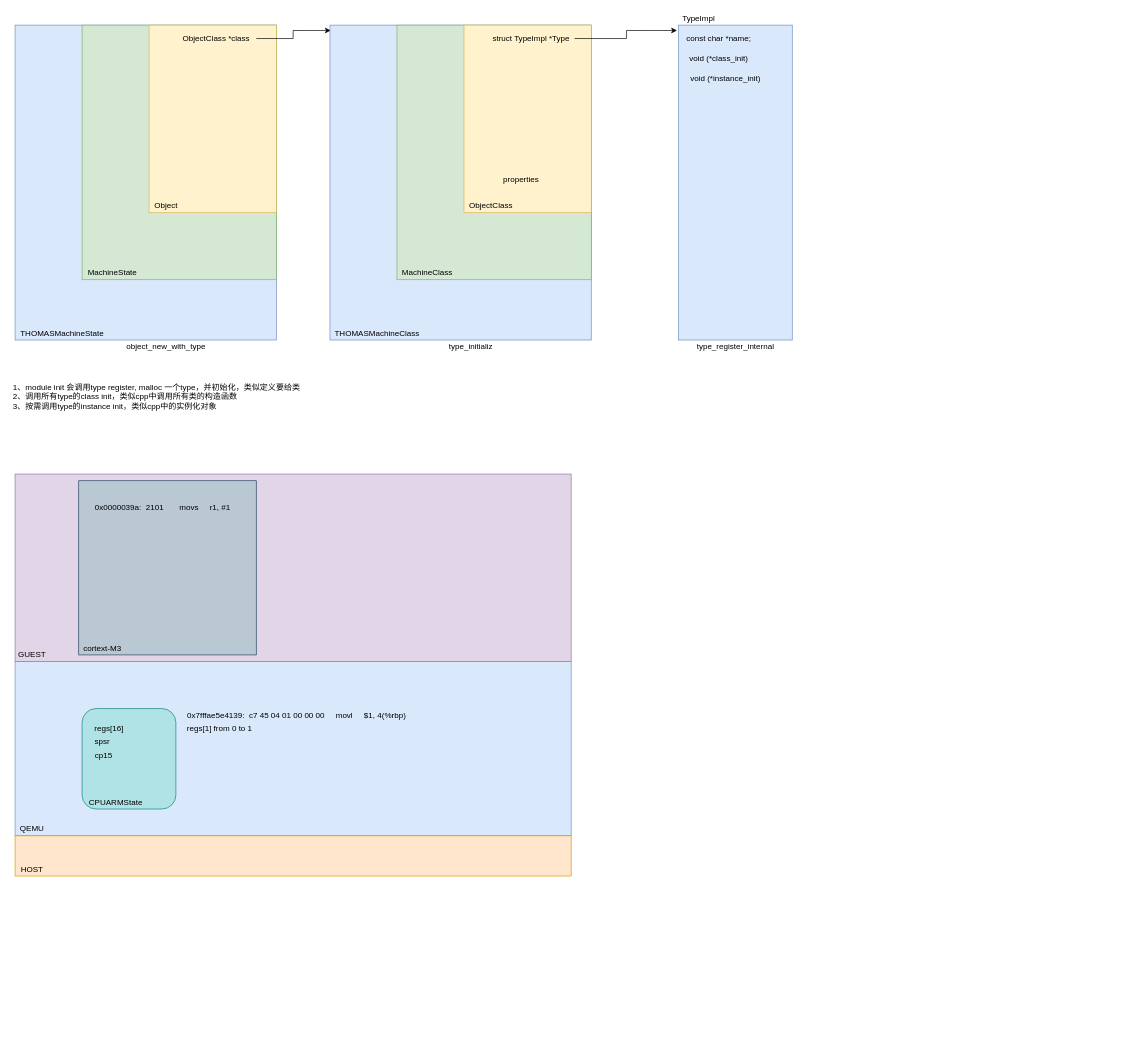
This is page "qemu" (4 of 4) of virt.drawio from thomas-coding/drawio, a draw.io file, before an edit. Source tidied: cells renumbered, new cells numbered last; positions are measured from the earlier drawing's top-left corner, leaving out a move shared by most shapes. Both pictures are drawn from the tidied source at 67%, with x=0, y=0 at pixel (11, 11).
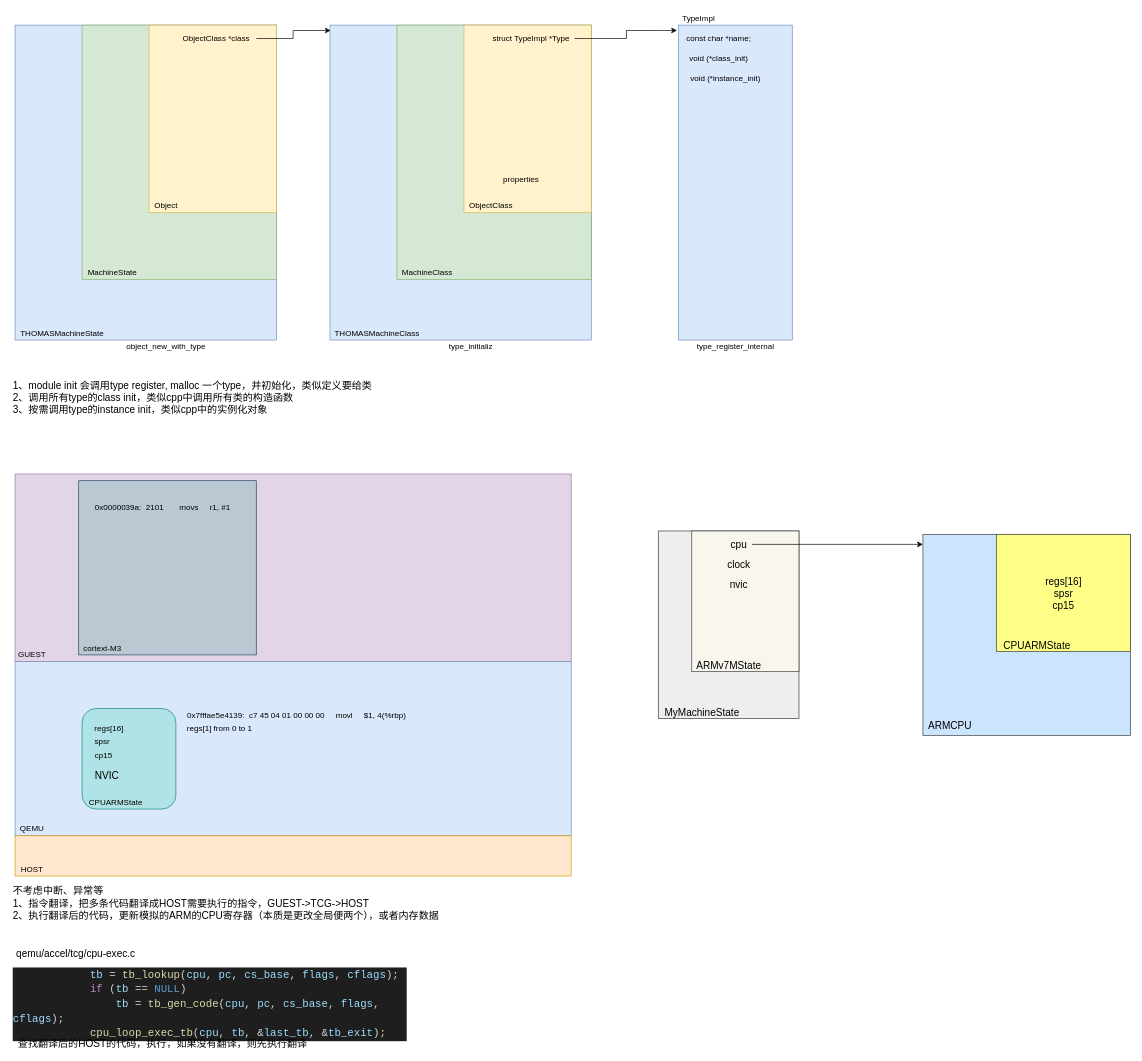
The same diagram, later.

The edit, as a diff of the source:
```diff
@@
+    <mxCell id="44" style="rounded=0;whiteSpace=wrap;html=1;fontSize=15;fillColor=#eeeeee;strokeColor=#36393d;" parent="1" vertex="1">
+      <mxGeometry x="965" y="775" width="210" height="280" as="geometry" />
+    </mxCell>
+    <mxCell id="45" style="rounded=0;whiteSpace=wrap;html=1;fontSize=15;fillColor=#f9f7ed;strokeColor=#36393d;" parent="1" vertex="1">
+      <mxGeometry x="1015" y="775" width="160" height="210" as="geometry" />
+    </mxCell>
@@
-    <mxCell id="26" value="1、module init 会调用type register, malloc 一个type，并初始化，类似定义要给类&lt;br&gt;2、调用所有type的class init，类似cpp中调用所有类的构造函数&lt;br&gt;3、按需调用type的instance init，类似cpp中的实例化对象" style="text;html=1;align=left;verticalAlign=middle;strokeColor=none;fillColor=none;" parent="1" vertex="1">
-      <mxGeometry y="550" width="440" height="50" as="geometry" />
+    <mxCell id="26" value="1、module init 会调用type register, malloc 一个type，并初始化，类似定义要给类&lt;br style=&quot;font-size: 15px;&quot;&gt;2、调用所有type的class init，类似cpp中调用所有类的构造函数&lt;br style=&quot;font-size: 15px;&quot;&gt;3、按需调用type的instance init，类似cpp中的实例化对象" style="text;html=1;align=left;verticalAlign=middle;strokeColor=none;fillColor=none;fontSize=15;fontStyle=0;" parent="1" vertex="1">
+      <mxGeometry y="545" width="550" height="60" as="geometry" />
     </mxCell>
@@
+    <mxCell id="46" value="不考虑中断、异常等&lt;br&gt;1、指令翻译，把多条代码翻译成HOST需要执行的指令，GUEST-&amp;gt;TCG-&amp;gt;HOST&lt;br&gt;2、执行翻译后的代码，更新模拟的ARM的CPU寄存器（本质是更改全局便两个），或者内存数据" style="text;html=1;align=left;verticalAlign=middle;strokeColor=none;fillColor=none;fontSize=15;" parent="1" vertex="1">
+      <mxGeometry y="1300" width="660" height="60" as="geometry" />
+    </mxCell>
+    <mxCell id="47" value="qemu/accel/tcg/cpu-exec.c" style="text;whiteSpace=wrap;html=1;fontSize=15;" parent="1" vertex="1">
+      <mxGeometry x="5" y="1390" width="200" height="30" as="geometry" />
+    </mxCell>
+    <mxCell id="48" value="&lt;div style=&quot;color: rgb(212 , 212 , 212) ; background-color: rgb(30 , 30 , 30) ; font-family: &amp;#34;consolas&amp;#34; , &amp;#34;courier new&amp;#34; , monospace ; font-weight: normal ; font-size: 16px ; line-height: 22px&quot;&gt;&lt;div&gt;&lt;span style=&quot;color: #d4d4d4&quot;&gt;&amp;nbsp; &amp;nbsp; &amp;nbsp; &amp;nbsp; &amp;nbsp; &amp;nbsp; &lt;/span&gt;&lt;span style=&quot;color: #9cdcfe&quot;&gt;tb&lt;/span&gt;&lt;span style=&quot;color: #d4d4d4&quot;&gt; = &lt;/span&gt;&lt;span style=&quot;color: #dcdcaa&quot;&gt;tb_lookup&lt;/span&gt;&lt;span style=&quot;color: #d4d4d4&quot;&gt;(&lt;/span&gt;&lt;span style=&quot;color: #9cdcfe&quot;&gt;cpu&lt;/span&gt;&lt;span style=&quot;color: #d4d4d4&quot;&gt;, &lt;/span&gt;&lt;span style=&quot;color: #9cdcfe&quot;&gt;pc&lt;/span&gt;&lt;span style=&quot;color: #d4d4d4&quot;&gt;, &lt;/span&gt;&lt;span style=&quot;color: #9cdcfe&quot;&gt;cs_base&lt;/span&gt;&lt;span style=&quot;color: #d4d4d4&quot;&gt;, &lt;/span&gt;&lt;span style=&quot;color: #9cdcfe&quot;&gt;flags&lt;/span&gt;&lt;span style=&quot;color: #d4d4d4&quot;&gt;, &lt;/span&gt;&lt;span style=&quot;color: #9cdcfe&quot;&gt;cflags&lt;/span&gt;&lt;span style=&quot;color: #d4d4d4&quot;&gt;);&lt;/span&gt;&lt;/div&gt;&lt;div&gt;&lt;span style=&quot;color: #d4d4d4&quot;&gt;&amp;nbsp; &amp;nbsp; &amp;nbsp; &amp;nbsp; &amp;nbsp; &amp;nbsp; &lt;/span&gt;&lt;span style=&quot;color: #c586c0&quot;&gt;if&lt;/span&gt;&lt;span style=&quot;color: #d4d4d4&quot;&gt; (&lt;/span&gt;&lt;span style=&quot;color: #9cdcfe&quot;&gt;tb&lt;/span&gt;&lt;span style=&quot;color: #d4d4d4&quot;&gt; == &lt;/span&gt;&lt;span style=&quot;color: #569cd6&quot;&gt;NULL&lt;/span&gt;&lt;span style=&quot;color: #d4d4d4&quot;&gt;)&lt;/span&gt;&lt;/div&gt;&lt;div&gt;&lt;span style=&quot;color: #d4d4d4&quot;&gt;&amp;nbsp; &amp;nbsp; &amp;nbsp; &amp;nbsp; &amp;nbsp; &amp;nbsp; &amp;nbsp; &amp;nbsp; &lt;/span&gt;&lt;span style=&quot;color: #9cdcfe&quot;&gt;tb&lt;/span&gt;&lt;span style=&quot;color: #d4d4d4&quot;&gt; = &lt;/span&gt;&lt;span style=&quot;color: #dcdcaa&quot;&gt;tb_gen_code&lt;/span&gt;&lt;span style=&quot;color: #d4d4d4&quot;&gt;(&lt;/span&gt;&lt;span style=&quot;color: #9cdcfe&quot;&gt;cpu&lt;/span&gt;&lt;span style=&quot;color: #d4d4d4&quot;&gt;, &lt;/span&gt;&lt;span style=&quot;color: #9cdcfe&quot;&gt;pc&lt;/span&gt;&lt;span style=&quot;color: #d4d4d4&quot;&gt;, &lt;/span&gt;&lt;span style=&quot;color: #9cdcfe&quot;&gt;cs_base&lt;/span&gt;&lt;span style=&quot;color: #d4d4d4&quot;&gt;, &lt;/span&gt;&lt;span style=&quot;color: #9cdcfe&quot;&gt;flags&lt;/span&gt;&lt;span style=&quot;color: #d4d4d4&quot;&gt;, &lt;/span&gt;&lt;span style=&quot;color: #9cdcfe&quot;&gt;cflags&lt;/span&gt;&lt;span style=&quot;color: #d4d4d4&quot;&gt;);&lt;/span&gt;&lt;/div&gt;&lt;div&gt;&lt;span style=&quot;color: #d4d4d4&quot;&gt;&amp;nbsp; &amp;nbsp; &amp;nbsp; &amp;nbsp; &amp;nbsp; &amp;nbsp; &lt;/span&gt;&lt;span style=&quot;color: #dcdcaa&quot;&gt;cpu_loop_exec_tb&lt;/span&gt;&lt;span style=&quot;color: #d4d4d4&quot;&gt;(&lt;/span&gt;&lt;span style=&quot;color: #9cdcfe&quot;&gt;cpu&lt;/span&gt;&lt;span style=&quot;color: #d4d4d4&quot;&gt;, &lt;/span&gt;&lt;span style=&quot;color: #9cdcfe&quot;&gt;tb&lt;/span&gt;&lt;span style=&quot;color: #d4d4d4&quot;&gt;, &amp;amp;&lt;/span&gt;&lt;span style=&quot;color: #9cdcfe&quot;&gt;last_tb&lt;/span&gt;&lt;span style=&quot;color: #d4d4d4&quot;&gt;, &amp;amp;&lt;/span&gt;&lt;span style=&quot;color: #9cdcfe&quot;&gt;tb_exit&lt;/span&gt;&lt;span style=&quot;color: #d4d4d4&quot;&gt;);&lt;/span&gt;&lt;/div&gt;&lt;/div&gt;" style="text;whiteSpace=wrap;html=1;fontSize=15;" parent="1" vertex="1">
+      <mxGeometry y="1420" width="590" height="100" as="geometry" />
+    </mxCell>
+    <mxCell id="49" value="查找翻译后的HOST的代码，执行，如果没有翻译，则先执行翻译" style="text;html=1;align=center;verticalAlign=middle;strokeColor=none;fillColor=none;fontSize=15;" parent="1" vertex="1">
+      <mxGeometry y="1530" width="450" height="20" as="geometry" />
+    </mxCell>
+    <mxCell id="50" value="NVIC" style="text;html=1;align=center;verticalAlign=middle;strokeColor=none;fillColor=none;fontSize=15;" parent="1" vertex="1">
+      <mxGeometry x="117" y="1130" width="50" height="20" as="geometry" />
+    </mxCell>
+    <mxCell id="51" style="rounded=0;whiteSpace=wrap;html=1;fontSize=15;fillColor=#cce5ff;strokeColor=#36393d;" parent="1" vertex="1">
+      <mxGeometry x="1360" y="780" width="310" height="300" as="geometry" />
+    </mxCell>
+    <mxCell id="52" value="ARMCPU" style="text;html=1;align=center;verticalAlign=middle;strokeColor=none;fillColor=none;fontSize=15;" parent="1" vertex="1">
+      <mxGeometry x="1360" y="1055" width="80" height="20" as="geometry" />
+    </mxCell>
+    <mxCell id="53" value="regs[16]&lt;br&gt;spsr&lt;br&gt;cp15&lt;br&gt;" style="rounded=0;whiteSpace=wrap;html=1;fontSize=15;align=center;fillColor=#ffff88;strokeColor=#36393d;" parent="1" vertex="1">
+      <mxGeometry x="1470" y="780" width="200" height="175" as="geometry" />
+    </mxCell>
+    <mxCell id="54" value="CPUARMState" style="text;html=1;align=center;verticalAlign=middle;strokeColor=none;fillColor=none;fontSize=15;" parent="1" vertex="1">
+      <mxGeometry x="1470" y="935" width="120" height="20" as="geometry" />
+    </mxCell>
+    <mxCell id="55" value="ARMv7MState" style="text;html=1;align=center;verticalAlign=middle;strokeColor=none;fillColor=none;fontSize=15;" parent="1" vertex="1">
+      <mxGeometry x="1015" y="965" width="110" height="20" as="geometry" />
+    </mxCell>
+    <mxCell id="56" value="clock" style="text;html=1;align=center;verticalAlign=middle;strokeColor=none;fillColor=none;fontSize=15;" parent="1" vertex="1">
+      <mxGeometry x="1060" y="815" width="50" height="20" as="geometry" />
+    </mxCell>
+    <mxCell id="57" value="nvic" style="text;html=1;align=center;verticalAlign=middle;strokeColor=none;fillColor=none;fontSize=15;" parent="1" vertex="1">
+      <mxGeometry x="1065" y="845" width="40" height="20" as="geometry" />
+    </mxCell>
+    <mxCell id="58" value="MyMachineState" style="text;html=1;align=center;verticalAlign=middle;strokeColor=none;fillColor=none;fontSize=15;" parent="1" vertex="1">
+      <mxGeometry x="965" y="1035" width="130" height="20" as="geometry" />
+    </mxCell>
+    <mxCell id="59" style="edgeStyle=orthogonalEdgeStyle;rounded=0;jettySize=auto;html=1;entryX=0;entryY=0.05;entryDx=0;entryDy=0;entryPerimeter=0;fontSize=15;" parent="1" edge="1" source="60" target="51">
+      <mxGeometry relative="1" as="geometry" />
+    </mxCell>
+    <mxCell id="60" value="cpu" style="text;html=1;align=center;verticalAlign=middle;points=[];strokeColor=none;fillColor=none;fontSize=15;" parent="1" vertex="1">
+      <mxGeometry x="1065" y="785" width="40" height="20" as="geometry" />
+    </mxCell>
```
